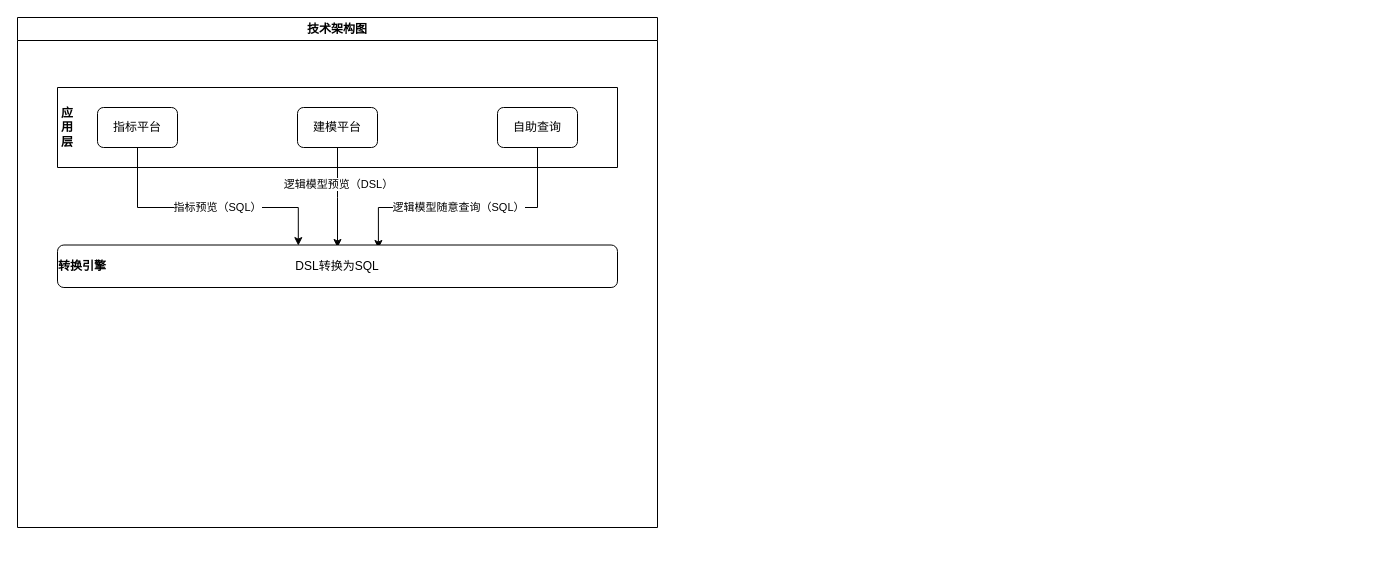
This is biz_flow/虚拟化引擎设计.drawio from hlld3344/diagrams, a draw.io file, before an edit. Source tidied: cells renumbered, new cells numbered last; positions are measured from the earlier drawing's top-left corner, leaving out a move shared by most shapes. Both pictures are drawn from the tidied source at 100%, with x=0, y=0 at pixel (17, 17).
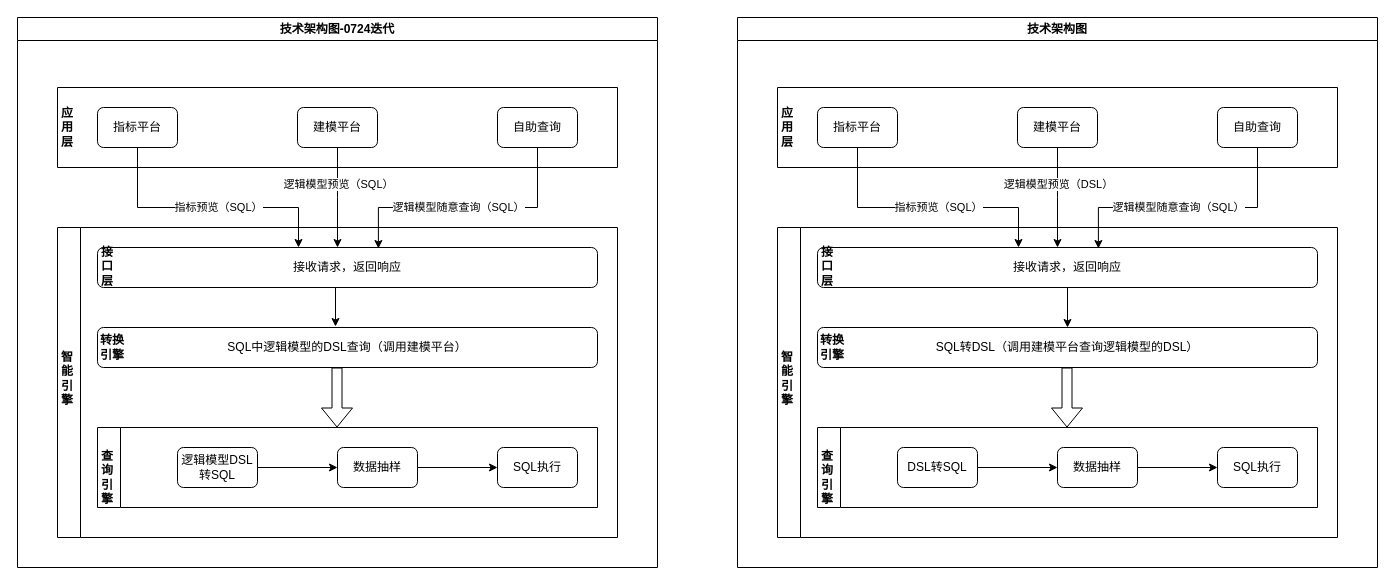
The same page after the edit.

Commit message (it also covers changes not shown here):
更新虚拟化引擎设计.drawio

The change refers to these unchanged cells:
```xml
<mxCell id="4" value="指标平台" style="rounded=1;whiteSpace=wrap;html=1;" parent="3" vertex="1">
  <mxGeometry x="40" y="20" width="80" height="40" as="geometry" />
</mxCell>
<mxCell id="10" style="edgeStyle=orthogonalEdgeStyle;rounded=0;jettySize=auto;html=1;exitX=0.5;exitY=1;exitDx=0;exitDy=0;entryX=0.5;entryY=0;entryDx=0;entryDy=0;" parent="2" edge="1" source="5">
  <mxGeometry relative="1" as="geometry">
    <mxPoint x="320" y="230" as="targetPoint" />
  </mxGeometry>
</mxCell>
```

Diff of the diagram source:
```diff
@@
-    <mxCell id="2" value="技术架构图" style="swimlane;whiteSpace=wrap;html=1;" parent="1" vertex="1">
-      <mxGeometry width="640" height="510" as="geometry" />
+    <mxCell id="2" value="技术架构图-0724迭代" style="swimlane;whiteSpace=wrap;html=1;" parent="1" vertex="1">
+      <mxGeometry width="640" height="550" as="geometry" />
     </mxCell>
@@
-    <mxCell id="8" style="edgeStyle=orthogonalEdgeStyle;rounded=0;jettySize=auto;html=1;exitX=0.5;exitY=1;exitDx=0;exitDy=0;entryX=0.43;entryY=-0.008;entryDx=0;entryDy=0;entryPerimeter=0;" parent="2" edge="1" source="4">
+    <mxCell id="8" style="edgeStyle=orthogonalEdgeStyle;rounded=0;jettySize=auto;html=1;exitX=0.5;exitY=1;exitDx=0;exitDy=0;" parent="2" edge="1" source="4">
       <mxGeometry relative="1" as="geometry">
-        <mxPoint x="280.8" y="228.1" as="targetPoint" />
+        <mxPoint x="281" y="230" as="targetPoint" />
         <Array as="points">
           <mxPoint x="120" y="190" />
           <mxPoint x="281" y="190" />
         </Array>
       </mxGeometry>
     </mxCell>
@@
-    <mxCell id="11" value="逻辑模型预览（DSL）" style="edgeLabel;html=1;align=center;verticalAlign=middle;" parent="10" vertex="1">
+    <mxCell id="11" value="逻辑模型预览（SQL）" style="edgeLabel;html=1;align=center;verticalAlign=middle;" parent="10" vertex="1">
       <mxGeometry x="-0.28" relative="1" as="geometry" />
     </mxCell>
@@
+    <mxCell id="16" style="edgeStyle=orthogonalEdgeStyle;rounded=0;jettySize=auto;html=1;entryX=0.476;entryY=-0.025;entryDx=0;entryDy=0;entryPerimeter=0;" parent="2" edge="1" target="26">
+      <mxGeometry relative="1" as="geometry">
+        <mxPoint x="320" y="270" as="sourcePoint" />
+      </mxGeometry>
+    </mxCell>
-    <mxCell id="14" value="DSL转换为SQL" style="rounded=1;whiteSpace=wrap;html=1;" parent="2" vertex="1">
-      <mxGeometry x="40" y="227.5" width="560" height="42.5" as="geometry" />
+    <mxCell id="14" value="接收请求，返回响应" style="rounded=1;whiteSpace=wrap;html=1;" parent="2" vertex="1">
+      <mxGeometry x="80" y="230" width="500" height="40" as="geometry" />
     </mxCell>
+    <mxCell id="17" style="swimlane;horizontal=0;whiteSpace=wrap;html=1;" parent="2" vertex="1">
+      <mxGeometry x="40" y="210" width="560" height="310" as="geometry" />
+    </mxCell>
+    <mxCell id="18" value="智能引擎" style="text;html=1;align=center;verticalAlign=middle;whiteSpace=wrap;rounded=0;fontStyle=1;" parent="17" vertex="1">
+      <mxGeometry y="136.2" width="20" height="30" as="geometry" />
+    </mxCell>
-    <mxCell id="15" value="转换引擎" style="text;html=1;align=center;verticalAlign=middle;whiteSpace=wrap;rounded=0;fontStyle=1;" parent="2" vertex="1">
-      <mxGeometry x="40" y="233.8" width="50" height="30" as="geometry" />
+    <mxCell id="15" value="接口层" style="text;html=1;align=center;verticalAlign=middle;whiteSpace=wrap;rounded=0;fontStyle=1;" parent="17" vertex="1">
+      <mxGeometry x="40" y="23.8" width="20" height="30" as="geometry" />
     </mxCell>
+    <mxCell id="19" style="swimlane;horizontal=0;whiteSpace=wrap;html=1;" parent="17" vertex="1">
+      <mxGeometry x="40" y="200" width="500" height="80" as="geometry" />
+    </mxCell>
+    <mxCell id="20" value="查询引擎" style="text;html=1;align=center;verticalAlign=middle;whiteSpace=wrap;rounded=0;fontStyle=1;" parent="19" vertex="1">
+      <mxGeometry y="35" width="20" height="30" as="geometry" />
+    </mxCell>
+    <mxCell id="21" value="SQL执行" style="rounded=1;whiteSpace=wrap;html=1;" parent="19" vertex="1">
+      <mxGeometry x="400" y="20" width="80" height="40" as="geometry" />
+    </mxCell>
+    <mxCell id="22" style="edgeStyle=orthogonalEdgeStyle;rounded=0;jettySize=auto;html=1;exitX=1;exitY=0.5;exitDx=0;exitDy=0;" parent="19" edge="1" source="23" target="21">
+      <mxGeometry relative="1" as="geometry" />
+    </mxCell>
+    <mxCell id="23" value="数据抽样" style="rounded=1;whiteSpace=wrap;html=1;" parent="19" vertex="1">
+      <mxGeometry x="240" y="20" width="80" height="40" as="geometry" />
+    </mxCell>
+    <mxCell id="24" value="逻辑模型DSL转SQL" style="rounded=1;whiteSpace=wrap;html=1;" parent="19" vertex="1">
+      <mxGeometry x="80" y="20" width="80" height="40" as="geometry" />
+    </mxCell>
+    <mxCell id="25" style="edgeStyle=orthogonalEdgeStyle;rounded=0;jettySize=auto;html=1;exitX=1;exitY=0.5;exitDx=0;exitDy=0;entryX=0;entryY=0.5;entryDx=0;entryDy=0;" parent="19" edge="1" source="24" target="23">
+      <mxGeometry relative="1" as="geometry" />
+    </mxCell>
+    <mxCell id="26" value="SQL中逻辑模型的DSL查询（调用建模平台）" style="rounded=1;whiteSpace=wrap;html=1;" parent="17" vertex="1">
+      <mxGeometry x="40" y="100" width="500" height="40" as="geometry" />
+    </mxCell>
+    <mxCell id="27" value="转换引擎" style="text;html=1;align=center;verticalAlign=middle;whiteSpace=wrap;rounded=0;fontStyle=1;" parent="17" vertex="1">
+      <mxGeometry x="40" y="105" width="30" height="30" as="geometry" />
+    </mxCell>
+    <mxCell id="28" style="shape=flexArrow;endArrow=classic;html=1;rounded=0;" parent="17" edge="1">
+      <mxGeometry relative="1" as="geometry">
+        <mxPoint x="279.5" y="140" as="sourcePoint" />
+        <mxPoint x="279.5" y="200" as="targetPoint" />
+      </mxGeometry>
+    </mxCell>
+    <mxCell id="29" value="技术架构图" style="swimlane;whiteSpace=wrap;html=1;" parent="1" vertex="1">
+      <mxGeometry x="720" width="640" height="550" as="geometry" />
+    </mxCell>
+    <mxCell id="30" style="swimlane;startSize=0;" parent="29" vertex="1">
+      <mxGeometry x="40" y="70" width="560" height="80" as="geometry" />
+    </mxCell>
+    <mxCell id="31" value="指标平台" style="rounded=1;whiteSpace=wrap;html=1;" parent="30" vertex="1">
+      <mxGeometry x="40" y="20" width="80" height="40" as="geometry" />
+    </mxCell>
+    <mxCell id="32" value="建模平台" style="rounded=1;whiteSpace=wrap;html=1;" parent="30" vertex="1">
+      <mxGeometry x="240" y="20" width="80" height="40" as="geometry" />
+    </mxCell>
+    <mxCell id="33" value="自助查询" style="rounded=1;whiteSpace=wrap;html=1;" parent="30" vertex="1">
+      <mxGeometry x="440" y="20" width="80" height="40" as="geometry" />
+    </mxCell>
+    <mxCell id="34" value="应用层" style="text;html=1;align=center;verticalAlign=middle;whiteSpace=wrap;rounded=0;fontStyle=1;" parent="30" vertex="1">
+      <mxGeometry y="25" width="20" height="30" as="geometry" />
+    </mxCell>
+    <mxCell id="35" style="edgeStyle=orthogonalEdgeStyle;rounded=0;jettySize=auto;html=1;exitX=0.5;exitY=1;exitDx=0;exitDy=0;" parent="29" edge="1" source="31">
+      <mxGeometry relative="1" as="geometry">
+        <mxPoint x="281" y="230" as="targetPoint" />
+        <Array as="points">
+          <mxPoint x="120" y="190" />
+          <mxPoint x="281" y="190" />
+        </Array>
+      </mxGeometry>
+    </mxCell>
+    <mxCell id="36" value="指标预览（SQL）" style="edgeLabel;html=1;align=center;verticalAlign=middle;" parent="35" vertex="1">
+      <mxGeometry x="0.07" y="1" relative="1" as="geometry" />
+    </mxCell>
+    <mxCell id="37" style="edgeStyle=orthogonalEdgeStyle;rounded=0;jettySize=auto;html=1;exitX=0.5;exitY=1;exitDx=0;exitDy=0;entryX=0.5;entryY=0;entryDx=0;entryDy=0;" parent="29" edge="1" source="32">
+      <mxGeometry relative="1" as="geometry">
+        <mxPoint x="320" y="230" as="targetPoint" />
+      </mxGeometry>
+    </mxCell>
+    <mxCell id="38" value="逻辑模型预览（DSL）" style="edgeLabel;html=1;align=center;verticalAlign=middle;" parent="37" vertex="1">
+      <mxGeometry x="-0.28" relative="1" as="geometry" />
+    </mxCell>
+    <mxCell id="39" style="edgeStyle=orthogonalEdgeStyle;rounded=0;jettySize=auto;html=1;exitX=0.5;exitY=1;exitDx=0;exitDy=0;entryX=0.573;entryY=0.004;entryDx=0;entryDy=0;entryPerimeter=0;" parent="29" edge="1" source="33">
+      <mxGeometry relative="1" as="geometry">
+        <mxPoint x="360.9" y="231" as="targetPoint" />
+        <Array as="points">
+          <mxPoint x="520" y="190" />
+          <mxPoint x="361" y="190" />
+        </Array>
+      </mxGeometry>
+    </mxCell>
+    <mxCell id="40" value="逻辑模型随意查询（SQL）" style="edgeLabel;html=1;align=center;verticalAlign=middle;" parent="39" vertex="1">
+      <mxGeometry x="0.08" y="-1" relative="1" as="geometry" />
+    </mxCell>
+    <mxCell id="41" style="edgeStyle=orthogonalEdgeStyle;rounded=0;jettySize=auto;html=1;exitX=0.5;exitY=1;exitDx=0;exitDy=0;entryX=0.5;entryY=0;entryDx=0;entryDy=0;" parent="29" edge="1" source="42" target="43">
+      <mxGeometry relative="1" as="geometry" />
+    </mxCell>
+    <mxCell id="42" value="接收请求，返回响应" style="rounded=1;whiteSpace=wrap;html=1;" parent="29" vertex="1">
+      <mxGeometry x="80" y="230" width="500" height="40" as="geometry" />
+    </mxCell>
+    <mxCell id="43" value="SQL转DSL（调用建模平台查询逻辑模型的DSL）" style="rounded=1;whiteSpace=wrap;html=1;" parent="29" vertex="1">
+      <mxGeometry x="80" y="310" width="500" height="40" as="geometry" />
+    </mxCell>
+    <mxCell id="44" value="转换引擎" style="text;html=1;align=center;verticalAlign=middle;whiteSpace=wrap;rounded=0;fontStyle=1;" parent="29" vertex="1">
+      <mxGeometry x="80" y="315" width="30" height="30" as="geometry" />
+    </mxCell>
+    <mxCell id="45" style="swimlane;horizontal=0;whiteSpace=wrap;html=1;" parent="29" vertex="1">
+      <mxGeometry x="40" y="210" width="560" height="310" as="geometry" />
+    </mxCell>
+    <mxCell id="46" value="智能引擎" style="text;html=1;align=center;verticalAlign=middle;whiteSpace=wrap;rounded=0;fontStyle=1;" parent="45" vertex="1">
+      <mxGeometry y="136.2" width="20" height="30" as="geometry" />
+    </mxCell>
+    <mxCell id="47" style="shape=flexArrow;endArrow=classic;html=1;rounded=0;" parent="45" edge="1">
+      <mxGeometry relative="1" as="geometry">
+        <mxPoint x="289.5" y="140" as="sourcePoint" />
+        <mxPoint x="289.5" y="200" as="targetPoint" />
+      </mxGeometry>
+    </mxCell>
+    <mxCell id="48" value="接口层" style="text;html=1;align=center;verticalAlign=middle;whiteSpace=wrap;rounded=0;fontStyle=1;" parent="45" vertex="1">
+      <mxGeometry x="40" y="23.8" width="20" height="30" as="geometry" />
+    </mxCell>
+    <mxCell id="49" style="swimlane;horizontal=0;whiteSpace=wrap;html=1;" parent="45" vertex="1">
+      <mxGeometry x="40" y="200" width="500" height="80" as="geometry" />
+    </mxCell>
+    <mxCell id="50" value="查询引擎" style="text;html=1;align=center;verticalAlign=middle;whiteSpace=wrap;rounded=0;fontStyle=1;" parent="49" vertex="1">
+      <mxGeometry y="35" width="20" height="30" as="geometry" />
+    </mxCell>
+    <mxCell id="51" value="SQL执行" style="rounded=1;whiteSpace=wrap;html=1;" parent="49" vertex="1">
+      <mxGeometry x="400" y="20" width="80" height="40" as="geometry" />
+    </mxCell>
+    <mxCell id="52" style="edgeStyle=orthogonalEdgeStyle;rounded=0;jettySize=auto;html=1;exitX=1;exitY=0.5;exitDx=0;exitDy=0;" parent="49" edge="1" source="53" target="51">
+      <mxGeometry relative="1" as="geometry" />
+    </mxCell>
+    <mxCell id="53" value="数据抽样" style="rounded=1;whiteSpace=wrap;html=1;" parent="49" vertex="1">
+      <mxGeometry x="240" y="20" width="80" height="40" as="geometry" />
+    </mxCell>
+    <mxCell id="54" value="DSL转SQL" style="rounded=1;whiteSpace=wrap;html=1;" parent="49" vertex="1">
+      <mxGeometry x="80" y="20" width="80" height="40" as="geometry" />
+    </mxCell>
+    <mxCell id="55" style="edgeStyle=orthogonalEdgeStyle;rounded=0;jettySize=auto;html=1;exitX=1;exitY=0.5;exitDx=0;exitDy=0;entryX=0;entryY=0.5;entryDx=0;entryDy=0;" parent="49" edge="1" source="54" target="53">
+      <mxGeometry relative="1" as="geometry" />
+    </mxCell>
```
